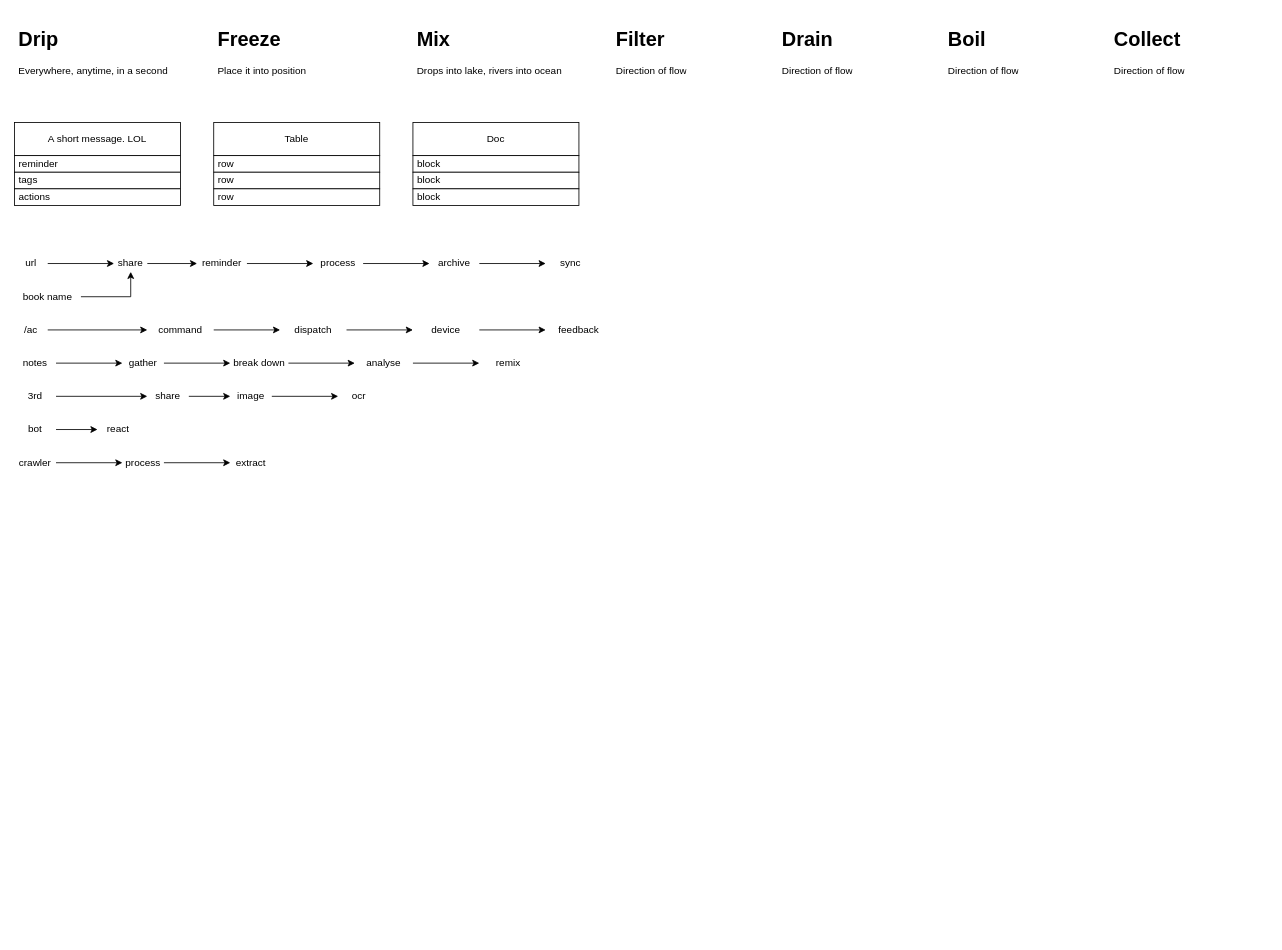
Before: product/h2o.drawio in kleon1024/draw, a draw.io diagram. Source tidied: cells renumbered, new cells numbered last; positions are measured from the earlier drawing's top-left corner, leaving out a move shared by most shapes. Both pictures are drawn from the tidied source at 83%, with x=0, y=0 at pixel (14, 22).
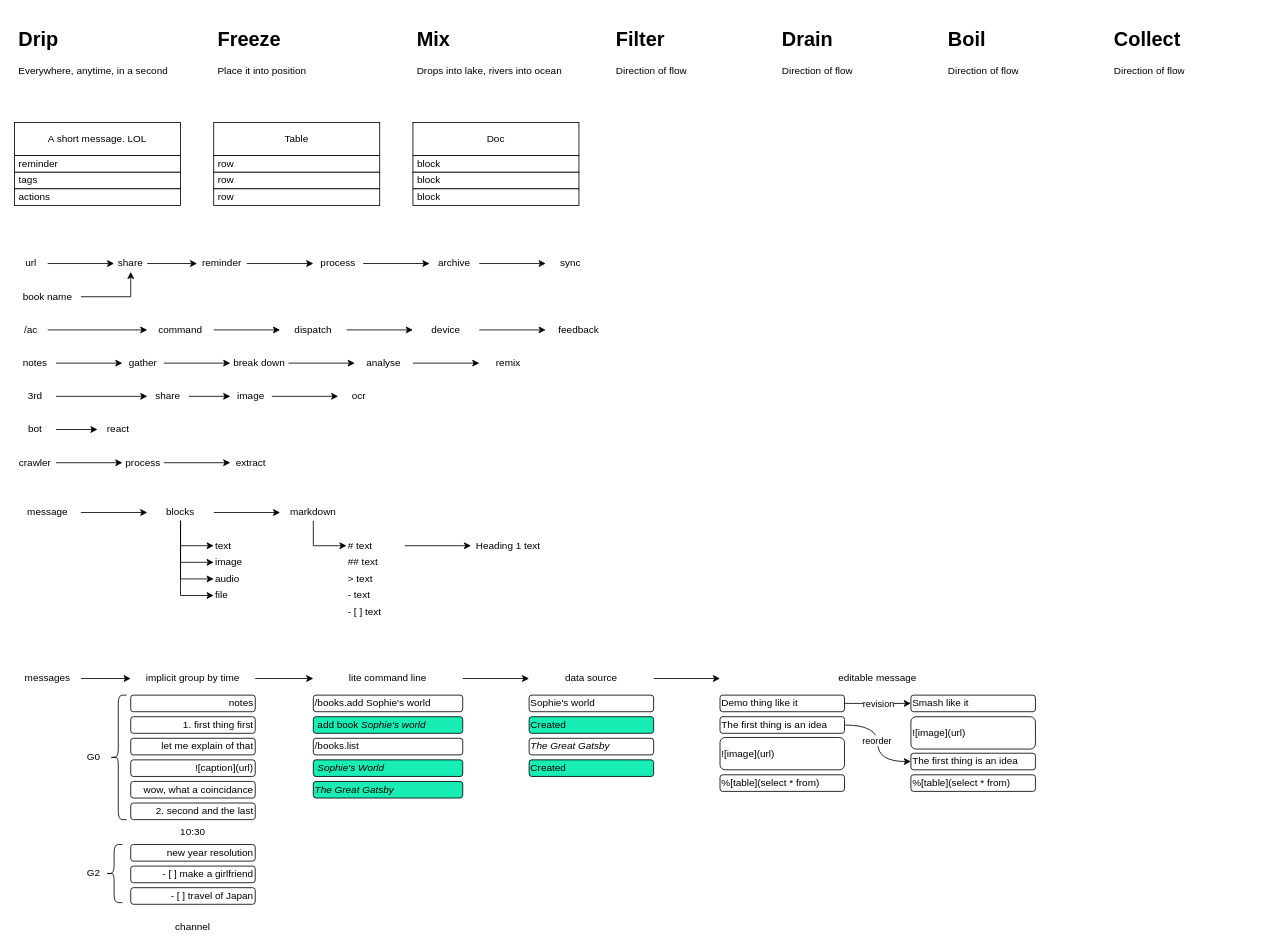
After the change.

The edit, as a diff of the source:
```diff
@@
+    <mxCell id="67" style="edgeStyle=orthogonalEdgeStyle;rounded=0;jettySize=auto;html=1;" parent="1" edge="1" source="68" target="74">
+      <mxGeometry relative="1" as="geometry" />
+    </mxCell>
+    <mxCell id="68" value="message" style="text;html=1;strokeColor=none;fillColor=none;align=center;verticalAlign=middle;whiteSpace=wrap;rounded=0;" parent="1" vertex="1">
+      <mxGeometry y="580" width="80" height="20" as="geometry" />
+    </mxCell>
+    <mxCell id="69" style="edgeStyle=orthogonalEdgeStyle;rounded=0;jettySize=auto;html=1;" parent="1" edge="1" source="74" target="77">
+      <mxGeometry relative="1" as="geometry" />
+    </mxCell>
+    <mxCell id="70" style="edgeStyle=orthogonalEdgeStyle;rounded=0;jettySize=auto;html=1;exitX=0.5;exitY=1;exitDx=0;exitDy=0;entryX=0;entryY=0.5;entryDx=0;entryDy=0;" parent="1" edge="1" source="74" target="75">
+      <mxGeometry relative="1" as="geometry" />
+    </mxCell>
+    <mxCell id="71" style="edgeStyle=orthogonalEdgeStyle;rounded=0;jettySize=auto;html=1;exitX=0.5;exitY=1;exitDx=0;exitDy=0;entryX=0;entryY=0.5;entryDx=0;entryDy=0;" parent="1" edge="1" source="74" target="80">
+      <mxGeometry relative="1" as="geometry" />
+    </mxCell>
+    <mxCell id="72" style="edgeStyle=orthogonalEdgeStyle;rounded=0;jettySize=auto;html=1;exitX=0.5;exitY=1;exitDx=0;exitDy=0;entryX=0;entryY=0.5;entryDx=0;entryDy=0;" parent="1" edge="1" source="74" target="81">
+      <mxGeometry relative="1" as="geometry" />
+    </mxCell>
+    <mxCell id="73" style="edgeStyle=orthogonalEdgeStyle;rounded=0;jettySize=auto;html=1;exitX=0.5;exitY=1;exitDx=0;exitDy=0;entryX=0;entryY=0.5;entryDx=0;entryDy=0;" parent="1" edge="1" source="74" target="82">
+      <mxGeometry relative="1" as="geometry" />
+    </mxCell>
+    <mxCell id="74" value="blocks" style="text;html=1;strokeColor=none;fillColor=none;align=center;verticalAlign=middle;whiteSpace=wrap;rounded=0;" parent="1" vertex="1">
+      <mxGeometry x="160" y="580" width="80" height="20" as="geometry" />
+    </mxCell>
+    <mxCell id="75" value="text" style="text;html=1;strokeColor=none;fillColor=none;align=left;verticalAlign=middle;whiteSpace=wrap;rounded=0;" parent="1" vertex="1">
+      <mxGeometry x="240" y="620" width="80" height="20" as="geometry" />
+    </mxCell>
+    <mxCell id="76" style="edgeStyle=orthogonalEdgeStyle;rounded=0;jettySize=auto;html=1;exitX=0.5;exitY=1;exitDx=0;exitDy=0;entryX=0;entryY=0.5;entryDx=0;entryDy=0;" parent="1" edge="1" source="77" target="83">
+      <mxGeometry relative="1" as="geometry" />
+    </mxCell>
+    <mxCell id="77" value="markdown" style="text;html=1;strokeColor=none;fillColor=none;align=center;verticalAlign=middle;whiteSpace=wrap;rounded=0;" parent="1" vertex="1">
+      <mxGeometry x="320" y="580" width="80" height="20" as="geometry" />
+    </mxCell>
+    <mxCell id="78" style="edgeStyle=orthogonalEdgeStyle;rounded=0;jettySize=auto;html=1;" parent="1" edge="1" source="83" target="79">
+      <mxGeometry relative="1" as="geometry" />
+    </mxCell>
+    <mxCell id="79" value="Heading 1 text" style="text;html=1;strokeColor=none;fillColor=none;align=center;verticalAlign=middle;whiteSpace=wrap;rounded=0;" parent="1" vertex="1">
+      <mxGeometry x="550" y="620" width="90" height="20" as="geometry" />
+    </mxCell>
+    <mxCell id="80" value="image" style="text;html=1;strokeColor=none;fillColor=none;align=left;verticalAlign=middle;whiteSpace=wrap;rounded=0;" parent="1" vertex="1">
+      <mxGeometry x="240" y="640" width="80" height="20" as="geometry" />
+    </mxCell>
+    <mxCell id="81" value="audio" style="text;html=1;strokeColor=none;fillColor=none;align=left;verticalAlign=middle;whiteSpace=wrap;rounded=0;" parent="1" vertex="1">
+      <mxGeometry x="240" y="660" width="80" height="20" as="geometry" />
+    </mxCell>
+    <mxCell id="82" value="file" style="text;html=1;strokeColor=none;fillColor=none;align=left;verticalAlign=middle;whiteSpace=wrap;rounded=0;" parent="1" vertex="1">
+      <mxGeometry x="240" y="680" width="80" height="20" as="geometry" />
+    </mxCell>
+    <mxCell id="83" value="# text" style="text;html=1;strokeColor=none;fillColor=none;align=left;verticalAlign=middle;whiteSpace=wrap;rounded=0;" parent="1" vertex="1">
+      <mxGeometry x="400" y="620" width="70" height="20" as="geometry" />
+    </mxCell>
+    <mxCell id="84" value="## text" style="text;html=1;strokeColor=none;fillColor=none;align=left;verticalAlign=middle;whiteSpace=wrap;rounded=0;" parent="1" vertex="1">
+      <mxGeometry x="400" y="640" width="70" height="20" as="geometry" />
+    </mxCell>
+    <mxCell id="85" value="&amp;gt; text" style="text;html=1;strokeColor=none;fillColor=none;align=left;verticalAlign=middle;whiteSpace=wrap;rounded=0;" parent="1" vertex="1">
+      <mxGeometry x="400" y="660" width="70" height="20" as="geometry" />
+    </mxCell>
+    <mxCell id="86" value="- text" style="text;html=1;strokeColor=none;fillColor=none;align=left;verticalAlign=middle;whiteSpace=wrap;rounded=0;" parent="1" vertex="1">
+      <mxGeometry x="400" y="680" width="70" height="20" as="geometry" />
+    </mxCell>
+    <mxCell id="87" value="- [ ] text" style="text;html=1;strokeColor=none;fillColor=none;align=left;verticalAlign=middle;whiteSpace=wrap;rounded=0;" parent="1" vertex="1">
+      <mxGeometry x="400" y="700" width="70" height="20" as="geometry" />
+    </mxCell>
+    <mxCell id="88" style="edgeStyle=orthogonalEdgeStyle;rounded=0;jettySize=auto;html=1;" parent="1" edge="1" source="89" target="91">
+      <mxGeometry relative="1" as="geometry" />
+    </mxCell>
+    <mxCell id="89" value="messages" style="text;html=1;strokeColor=none;fillColor=none;align=center;verticalAlign=middle;whiteSpace=wrap;rounded=0;" parent="1" vertex="1">
+      <mxGeometry y="780" width="80" height="20" as="geometry" />
+    </mxCell>
+    <mxCell id="90" style="edgeStyle=orthogonalEdgeStyle;rounded=0;jettySize=auto;html=1;" parent="1" edge="1" source="91" target="112">
+      <mxGeometry relative="1" as="geometry" />
+    </mxCell>
+    <mxCell id="91" value="implicit group by time" style="text;html=1;strokeColor=none;fillColor=none;align=center;verticalAlign=middle;whiteSpace=wrap;rounded=0;" parent="1" vertex="1">
+      <mxGeometry x="140" y="780" width="150" height="20" as="geometry" />
+    </mxCell>
+    <mxCell id="92" value="notes" style="text;html=1;fillColor=none;align=right;verticalAlign=middle;whiteSpace=wrap;rounded=1;strokeColor=#000000;arcSize=16;absoluteArcSize=0;" parent="1" vertex="1">
+      <mxGeometry x="140" y="810" width="150" height="20" as="geometry" />
+    </mxCell>
+    <mxCell id="93" value="1. first thing first" style="text;html=1;fillColor=none;align=right;verticalAlign=middle;whiteSpace=wrap;rounded=1;strokeColor=#000000;arcSize=16;absoluteArcSize=0;" parent="1" vertex="1">
+      <mxGeometry x="140" y="836" width="150" height="20" as="geometry" />
+    </mxCell>
+    <mxCell id="94" value="let me explain of that" style="text;html=1;fillColor=none;align=right;verticalAlign=middle;whiteSpace=wrap;rounded=1;strokeColor=#000000;arcSize=16;absoluteArcSize=0;" parent="1" vertex="1">
+      <mxGeometry x="140" y="862" width="150" height="20" as="geometry" />
+    </mxCell>
+    <mxCell id="95" value="![caption](url)" style="text;html=1;fillColor=none;align=right;verticalAlign=middle;whiteSpace=wrap;rounded=1;strokeColor=#000000;arcSize=16;absoluteArcSize=0;" parent="1" vertex="1">
+      <mxGeometry x="140" y="888" width="150" height="20" as="geometry" />
+    </mxCell>
+    <mxCell id="96" value="wow, what a coincidance" style="text;html=1;fillColor=none;align=right;verticalAlign=middle;whiteSpace=wrap;rounded=1;strokeColor=#000000;arcSize=16;absoluteArcSize=0;" parent="1" vertex="1">
+      <mxGeometry x="140" y="914" width="150" height="20" as="geometry" />
+    </mxCell>
+    <mxCell id="97" value="2. second and the last" style="text;html=1;fillColor=none;align=right;verticalAlign=middle;whiteSpace=wrap;rounded=1;strokeColor=#000000;arcSize=16;absoluteArcSize=0;" parent="1" vertex="1">
+      <mxGeometry x="140" y="940" width="150" height="20" as="geometry" />
+    </mxCell>
+    <mxCell id="98" value="new year resolution" style="text;html=1;fillColor=none;align=right;verticalAlign=middle;whiteSpace=wrap;rounded=1;strokeColor=#000000;arcSize=16;absoluteArcSize=0;" parent="1" vertex="1">
+      <mxGeometry x="140" y="990" width="150" height="20" as="geometry" />
+    </mxCell>
+    <mxCell id="99" value="10:30" style="text;html=1;strokeColor=none;fillColor=none;align=center;verticalAlign=middle;whiteSpace=wrap;rounded=0;" parent="1" vertex="1">
+      <mxGeometry x="195" y="965" width="40" height="20" as="geometry" />
+    </mxCell>
+    <mxCell id="100" value="- [ ] make a girlfriend" style="text;html=1;fillColor=none;align=right;verticalAlign=middle;whiteSpace=wrap;rounded=1;strokeColor=#000000;arcSize=16;absoluteArcSize=0;" parent="1" vertex="1">
+      <mxGeometry x="140" y="1016" width="150" height="20" as="geometry" />
+    </mxCell>
+    <mxCell id="101" value="- [ ] travel of Japan" style="text;html=1;fillColor=none;align=right;verticalAlign=middle;whiteSpace=wrap;rounded=1;strokeColor=#000000;arcSize=16;absoluteArcSize=0;" parent="1" vertex="1">
+      <mxGeometry x="140" y="1042" width="150" height="20" as="geometry" />
+    </mxCell>
+    <mxCell id="102" style="shape=curlyBracket;whiteSpace=wrap;html=1;rounded=1;strokeColor=#000000;align=right;" parent="1" vertex="1">
+      <mxGeometry x="115" y="810" width="20" height="150" as="geometry" />
+    </mxCell>
+    <mxCell id="103" value="G0" style="text;html=1;align=center;verticalAlign=middle;" parent="1" vertex="1">
+      <mxGeometry x="80" y="875" width="30" height="20" as="geometry" />
+    </mxCell>
+    <mxCell id="104" style="shape=curlyBracket;whiteSpace=wrap;html=1;rounded=1;strokeColor=#000000;align=right;" parent="1" vertex="1">
+      <mxGeometry x="110" y="990" width="20" height="70" as="geometry" />
+    </mxCell>
+    <mxCell id="105" value="G2" style="text;html=1;align=center;verticalAlign=middle;" parent="1" vertex="1">
+      <mxGeometry x="80" y="1015" width="30" height="20" as="geometry" />
+    </mxCell>
+    <mxCell id="106" value="/books.add Sophie's world" style="text;html=1;fillColor=none;align=left;verticalAlign=middle;whiteSpace=wrap;rounded=1;strokeColor=#000000;arcSize=16;absoluteArcSize=0;" parent="1" vertex="1">
+      <mxGeometry x="360" y="810" width="180" height="20" as="geometry" />
+    </mxCell>
+    <mxCell id="107" value="&amp;nbsp;add book&amp;nbsp;&lt;span style=&quot;text-align: right&quot;&gt;&lt;i&gt;Sophie's world&lt;/i&gt;&lt;/span&gt;" style="text;html=1;align=left;verticalAlign=middle;whiteSpace=wrap;rounded=1;strokeColor=#000000;arcSize=16;absoluteArcSize=0;fillColor=#18EDB4;" parent="1" vertex="1">
+      <mxGeometry x="360" y="836" width="180" height="20" as="geometry" />
+    </mxCell>
+    <mxCell id="108" value="/books.list" style="text;html=1;fillColor=none;align=left;verticalAlign=middle;whiteSpace=wrap;rounded=1;strokeColor=#000000;arcSize=16;absoluteArcSize=0;" parent="1" vertex="1">
+      <mxGeometry x="360" y="862" width="180" height="20" as="geometry" />
+    </mxCell>
+    <mxCell id="109" value="&amp;nbsp;&lt;span style=&quot;text-align: right&quot;&gt;&lt;i&gt;Sophie's World&lt;/i&gt;&lt;/span&gt;" style="text;html=1;align=left;verticalAlign=middle;whiteSpace=wrap;rounded=1;strokeColor=#000000;arcSize=16;absoluteArcSize=0;fillColor=#18EDB4;" parent="1" vertex="1">
+      <mxGeometry x="360" y="888" width="180" height="20" as="geometry" />
+    </mxCell>
+    <mxCell id="110" value="The Great Gatsby" style="text;html=1;align=left;verticalAlign=middle;whiteSpace=wrap;rounded=1;strokeColor=#000000;arcSize=16;absoluteArcSize=0;fontStyle=2;fillColor=#18EDB4;" parent="1" vertex="1">
+      <mxGeometry x="360" y="914" width="180" height="20" as="geometry" />
+    </mxCell>
+    <mxCell id="111" style="edgeStyle=orthogonalEdgeStyle;rounded=0;jettySize=auto;html=1;" parent="1" edge="1" source="112" target="114">
+      <mxGeometry relative="1" as="geometry" />
+    </mxCell>
+    <mxCell id="112" value="lite command line" style="text;html=1;strokeColor=none;fillColor=none;align=center;verticalAlign=middle;whiteSpace=wrap;rounded=0;" parent="1" vertex="1">
+      <mxGeometry x="360" y="780" width="180" height="20" as="geometry" />
+    </mxCell>
+    <mxCell id="113" style="edgeStyle=orthogonalEdgeStyle;rounded=0;jettySize=auto;html=1;" parent="1" edge="1" source="114" target="120">
+      <mxGeometry relative="1" as="geometry" />
+    </mxCell>
+    <mxCell id="114" value="data source" style="text;html=1;strokeColor=none;fillColor=none;align=center;verticalAlign=middle;whiteSpace=wrap;rounded=0;" parent="1" vertex="1">
+      <mxGeometry x="620" y="780" width="150" height="20" as="geometry" />
+    </mxCell>
+    <mxCell id="115" value="channel" style="text;html=1;strokeColor=none;fillColor=none;align=center;verticalAlign=middle;whiteSpace=wrap;rounded=0;" parent="1" vertex="1">
+      <mxGeometry x="195" y="1080" width="40" height="20" as="geometry" />
+    </mxCell>
+    <mxCell id="116" value="&lt;span style=&quot;&quot;&gt;Sophie's world&lt;/span&gt;" style="text;html=1;fillColor=none;align=left;verticalAlign=middle;whiteSpace=wrap;rounded=1;strokeColor=#000000;arcSize=16;absoluteArcSize=0;" parent="1" vertex="1">
+      <mxGeometry x="620" y="810" width="150" height="20" as="geometry" />
+    </mxCell>
+    <mxCell id="117" value="&lt;span style=&quot;&quot;&gt;Created&lt;/span&gt;" style="text;html=1;align=left;verticalAlign=middle;whiteSpace=wrap;rounded=1;strokeColor=#000000;arcSize=16;absoluteArcSize=0;fillColor=#18EDB4;" parent="1" vertex="1">
+      <mxGeometry x="620" y="836" width="150" height="20" as="geometry" />
+    </mxCell>
+    <mxCell id="118" value="&lt;span style=&quot;font-style: italic&quot;&gt;The Great Gatsby&lt;/span&gt;" style="text;html=1;fillColor=none;align=left;verticalAlign=middle;whiteSpace=wrap;rounded=1;strokeColor=#000000;arcSize=16;absoluteArcSize=0;" parent="1" vertex="1">
+      <mxGeometry x="620" y="862" width="150" height="20" as="geometry" />
+    </mxCell>
+    <mxCell id="119" value="&lt;span style=&quot;&quot;&gt;Created&lt;/span&gt;" style="text;html=1;align=left;verticalAlign=middle;whiteSpace=wrap;rounded=1;strokeColor=#000000;arcSize=16;absoluteArcSize=0;fillColor=#18EDB4;" parent="1" vertex="1">
+      <mxGeometry x="620" y="888" width="150" height="20" as="geometry" />
+    </mxCell>
+    <mxCell id="120" value="editable message" style="text;html=1;strokeColor=none;fillColor=none;align=center;verticalAlign=middle;whiteSpace=wrap;rounded=0;" parent="1" vertex="1">
+      <mxGeometry x="850" y="780" width="380" height="20" as="geometry" />
+    </mxCell>
+    <mxCell id="121" style="edgeStyle=orthogonalEdgeStyle;rounded=0;jettySize=auto;html=1;exitX=1;exitY=0.5;exitDx=0;exitDy=0;entryX=0;entryY=0.5;entryDx=0;entryDy=0;curved=1;" parent="1" edge="1" source="123" target="130">
+      <mxGeometry relative="1" as="geometry" />
+    </mxCell>
+    <mxCell id="122" value="reorder" style="edgeLabel;html=1;align=center;verticalAlign=middle;" parent="121" vertex="1">
+      <mxGeometry x="-0.07" y="-2" relative="1" as="geometry" />
+    </mxCell>
+    <mxCell id="123" value="&lt;span&gt;The first thing is an idea&lt;/span&gt;" style="text;html=1;fillColor=none;align=left;verticalAlign=middle;whiteSpace=wrap;rounded=1;strokeColor=#000000;arcSize=16;absoluteArcSize=0;" parent="1" vertex="1">
+      <mxGeometry x="850" y="836" width="150" height="20" as="geometry" />
+    </mxCell>
+    <mxCell id="124" style="edgeStyle=orthogonalEdgeStyle;curved=1;rounded=0;jettySize=auto;html=1;exitX=1;exitY=0.5;exitDx=0;exitDy=0;entryX=0;entryY=0.5;entryDx=0;entryDy=0;" parent="1" edge="1" source="126" target="129">
+      <mxGeometry relative="1" as="geometry" />
+    </mxCell>
+    <mxCell id="125" value="revision" style="edgeLabel;html=1;align=center;verticalAlign=middle;" parent="124" vertex="1">
+      <mxGeometry x="-0.23" y="-1" relative="1" as="geometry">
+        <mxPoint x="9" y="-1" as="offset" />
+      </mxGeometry>
+    </mxCell>
+    <mxCell id="126" value="&lt;span&gt;Demo thing like it&lt;/span&gt;" style="text;html=1;fillColor=none;align=left;verticalAlign=middle;whiteSpace=wrap;rounded=1;strokeColor=#000000;arcSize=16;absoluteArcSize=0;" parent="1" vertex="1">
+      <mxGeometry x="850" y="810" width="150" height="20" as="geometry" />
+    </mxCell>
+    <mxCell id="127" value="![image](url)" style="text;html=1;fillColor=none;align=left;verticalAlign=middle;whiteSpace=wrap;rounded=1;strokeColor=#000000;arcSize=16;absoluteArcSize=0;" parent="1" vertex="1">
+      <mxGeometry x="850" y="861" width="150" height="39" as="geometry" />
+    </mxCell>
+    <mxCell id="128" value="%[table](select * from)" style="text;html=1;fillColor=none;align=left;verticalAlign=middle;whiteSpace=wrap;rounded=1;strokeColor=#000000;arcSize=16;absoluteArcSize=0;" parent="1" vertex="1">
+      <mxGeometry x="850" y="906" width="150" height="20" as="geometry" />
+    </mxCell>
+    <mxCell id="129" value="&lt;span&gt;Smash like it&lt;/span&gt;" style="text;html=1;fillColor=none;align=left;verticalAlign=middle;whiteSpace=wrap;rounded=1;strokeColor=#000000;arcSize=16;absoluteArcSize=0;" parent="1" vertex="1">
+      <mxGeometry x="1080" y="810" width="150" height="20" as="geometry" />
+    </mxCell>
+    <mxCell id="130" value="&lt;span&gt;The first thing is an idea&lt;/span&gt;" style="text;html=1;fillColor=none;align=left;verticalAlign=middle;whiteSpace=wrap;rounded=1;strokeColor=#000000;arcSize=16;absoluteArcSize=0;" parent="1" vertex="1">
+      <mxGeometry x="1080" y="880" width="150" height="20" as="geometry" />
+    </mxCell>
+    <mxCell id="131" value="![image](url)" style="text;html=1;fillColor=none;align=left;verticalAlign=middle;whiteSpace=wrap;rounded=1;strokeColor=#000000;arcSize=16;absoluteArcSize=0;" parent="1" vertex="1">
+      <mxGeometry x="1080" y="836" width="150" height="39" as="geometry" />
+    </mxCell>
+    <mxCell id="132" value="%[table](select * from)" style="text;html=1;fillColor=none;align=left;verticalAlign=middle;whiteSpace=wrap;rounded=1;strokeColor=#000000;arcSize=16;absoluteArcSize=0;" parent="1" vertex="1">
+      <mxGeometry x="1080" y="906" width="150" height="20" as="geometry" />
+    </mxCell>
```
